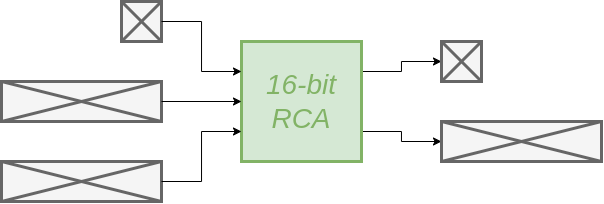
The draw.io diagram static/images/800/16_bit.png in KULeuven-Diepenbeek/course_disch, before a commit. Source tidied: cells renumbered, new cells last; positions are measured from the earlier drawing's top-left corner, leaving out a move shared by most shapes.
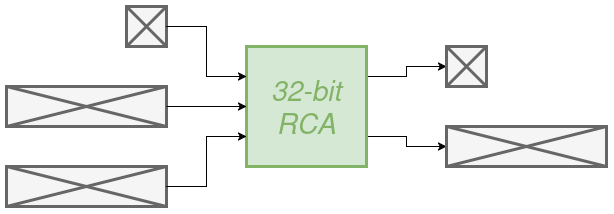
Later version of the same file.

Diff of the diagram source:
```diff
@@ -8,7 +8,7 @@
     <mxCell id="3" style="edgeStyle=orthogonalEdgeStyle;rounded=0;jettySize=auto;html=1;entryX=0;entryY=0.5;entryDx=0;entryDy=0;exitX=1;exitY=0.75;exitDx=0;exitDy=0;" parent="1" edge="1" source="4" target="22">
       <mxGeometry relative="1" as="geometry" />
     </mxCell>
-    <mxCell id="4" value="&lt;div style=&quot;font-size: 28px;&quot;&gt;&lt;font style=&quot;font-size: 28px;&quot; color=&quot;#82b366&quot;&gt;16-bit&lt;/font&gt;&lt;/div&gt;&lt;div style=&quot;font-size: 28px;&quot;&gt;&lt;font style=&quot;font-size: 28px;&quot; color=&quot;#82b366&quot;&gt;&lt;font style=&quot;font-size: 28px;&quot;&gt;RCA&lt;/font&gt;&lt;/font&gt;&lt;font style=&quot;font-size: 28px;&quot; color=&quot;#82b366&quot;&gt;&lt;br&gt;&lt;/font&gt;&lt;/div&gt;" style="rounded=0;whiteSpace=wrap;html=1;fillColor=#d5e8d4;strokeColor=#82b366;strokeWidth=3;fontStyle=2;" parent="1" vertex="1">
+    <mxCell id="4" value="&lt;div style=&quot;font-size: 28px;&quot;&gt;&lt;font style=&quot;font-size: 28px;&quot; color=&quot;#82b366&quot;&gt;32-bit&lt;/font&gt;&lt;/div&gt;&lt;div style=&quot;font-size: 28px;&quot;&gt;&lt;font style=&quot;font-size: 28px;&quot; color=&quot;#82b366&quot;&gt;&lt;font style=&quot;font-size: 28px;&quot;&gt;RCA&lt;/font&gt;&lt;/font&gt;&lt;font style=&quot;font-size: 28px;&quot; color=&quot;#82b366&quot;&gt;&lt;br&gt;&lt;/font&gt;&lt;/div&gt;" style="rounded=0;whiteSpace=wrap;html=1;fillColor=#d5e8d4;strokeColor=#82b366;strokeWidth=3;fontStyle=2;" parent="1" vertex="1">
       <mxGeometry x="240" y="40" width="120" height="120" as="geometry" />
     </mxCell>
     <mxCell id="5" style="group;" parent="1" vertex="1">
```
